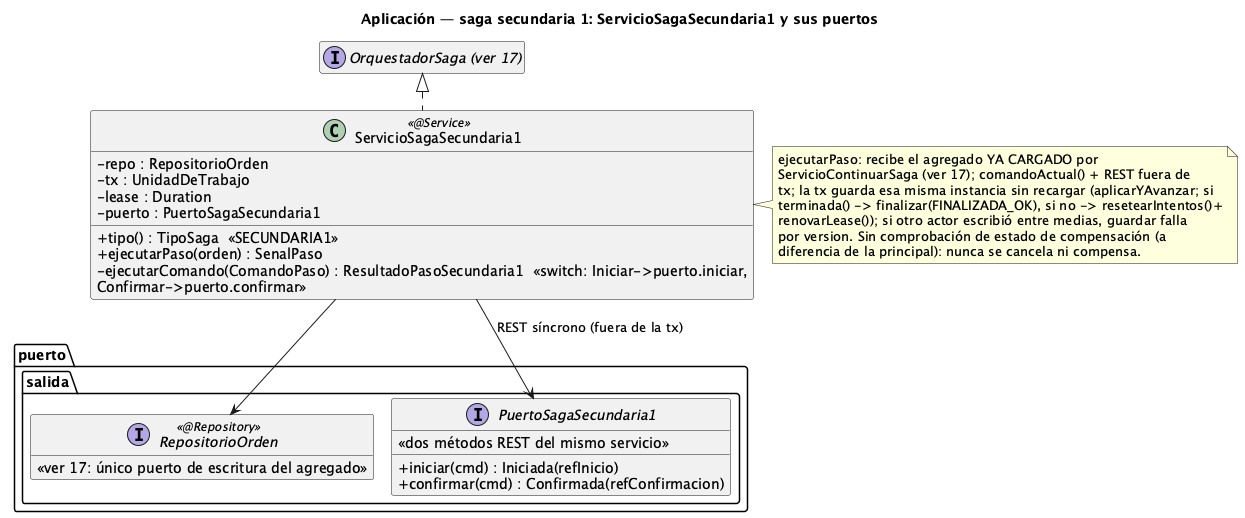
Before: order-manager/docs/19-clases-aplicacion-saga-secundaria1.png, a diagram exported from PlantUML (ralcazar/patrones).
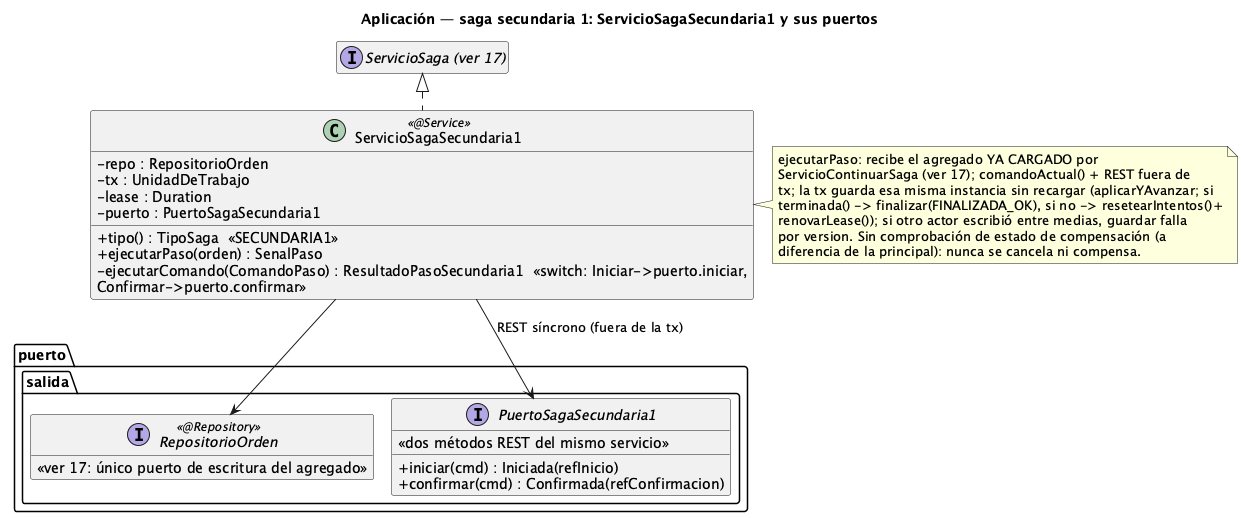
The same diagram one commit later.

The edit, as a diff of the source:
```diff
@@ -4,7 +4,7 @@
 hide empty members
 skinparam classAttributeIconSize 0
 
-interface "OrquestadorSaga (ver 17)" as Base
+interface "ServicioSaga (ver 17)" as Base
 
 class ServicioSagaSecundaria1 <<@Service>> {
   -repo : RepositorioOrden
```
